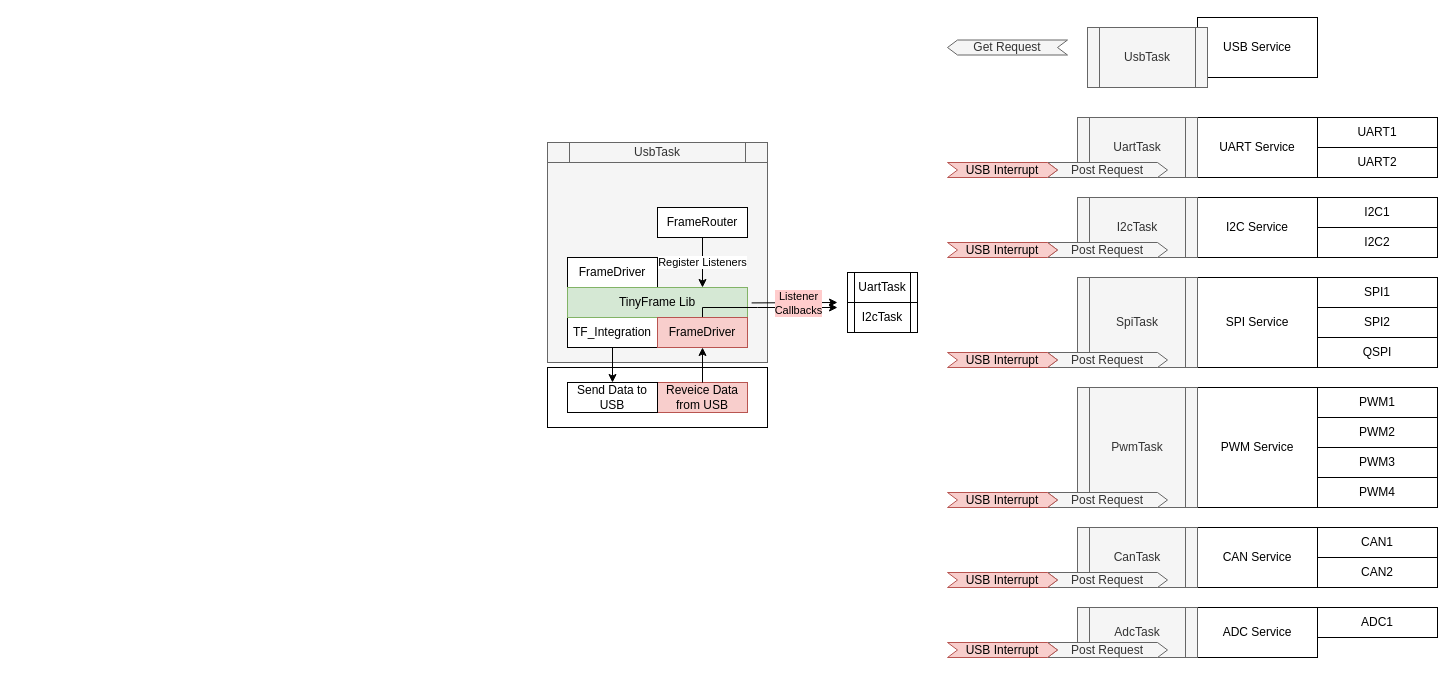
Above: FirmwareArchitecturedrawio.drawio in AlmCoding/stm32usb (draw.io), before the change. Source tidied: cells renumbered, new cells numbered last; positions are measured from the earlier drawing's top-left corner, leaving out a move shared by most shapes. Both pictures are drawn from the tidied source at 100%, with x=0, y=0 at pixel (547, 17).
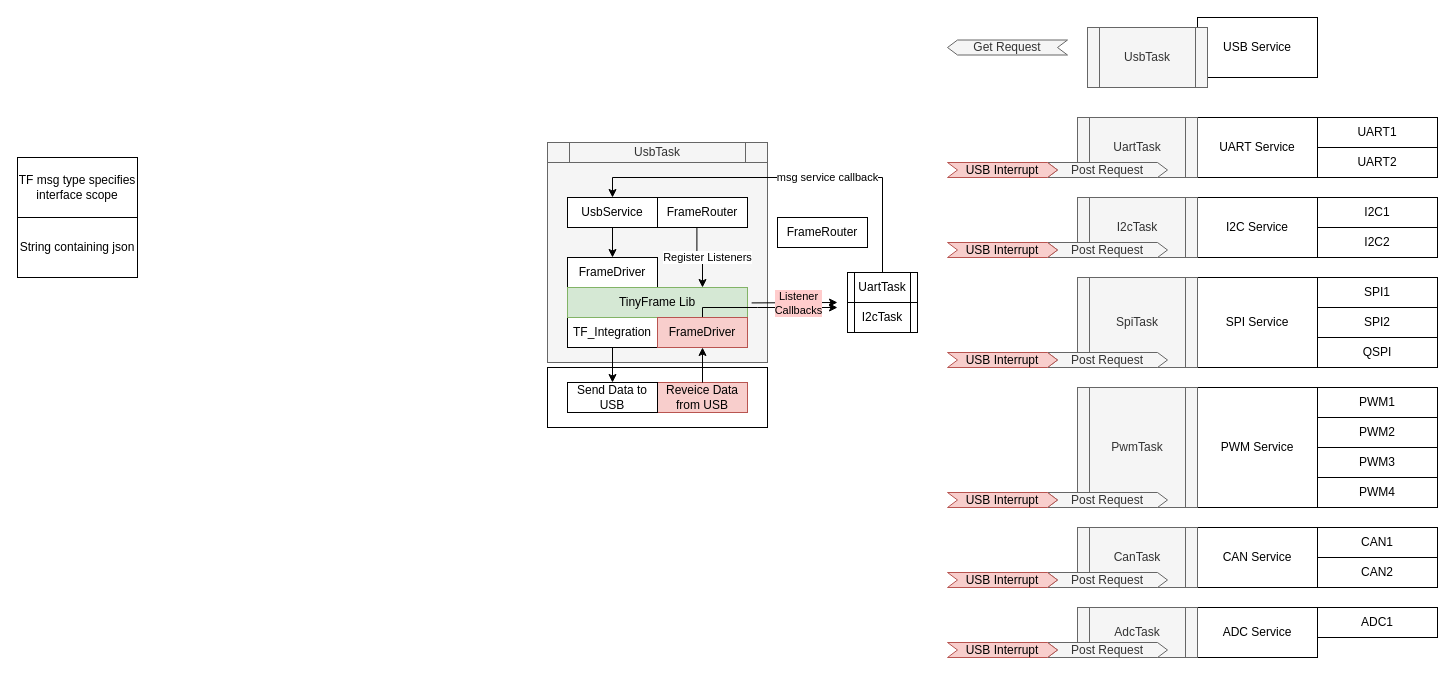
Above is the later version.

The change refers to these unchanged cells:
```xml
<mxCell id="45" value="FrameDriver" style="rounded=0;whiteSpace=wrap;html=1;" parent="1" vertex="1">
  <mxGeometry x="20" y="240" width="90" height="30" as="geometry" />
</mxCell>
<mxCell id="49" value="TinyFrame Lib" style="rounded=0;whiteSpace=wrap;html=1;fillColor=#d5e8d4;strokeColor=#82b366;" parent="1" vertex="1">
  <mxGeometry x="20" y="270" width="180" height="30" as="geometry" />
</mxCell>
<mxCell id="57" value="UartTask" style="shape=process;whiteSpace=wrap;html=1;backgroundOutline=1;" parent="1" vertex="1">
  <mxGeometry x="300" y="255" width="70" height="30" as="geometry" />
</mxCell>
```

The edit, as a diff of the source:
```diff
@@
-    <mxCell id="48" value="Register Listeners" style="edgeStyle=orthogonalEdgeStyle;rounded=0;jettySize=auto;html=1;exitX=0.5;exitY=1;exitDx=0;exitDy=0;entryX=0.75;entryY=0;entryDx=0;entryDy=0;" parent="1" edge="1" source="54" target="49">
-      <mxGeometry relative="1" as="geometry" />
+    <mxCell id="48" value="Register Listeners" style="edgeStyle=orthogonalEdgeStyle;rounded=0;jettySize=auto;html=1;exitX=0.438;exitY=0.983;exitDx=0;exitDy=0;entryX=0.75;entryY=0;entryDx=0;entryDy=0;exitPerimeter=0;" parent="1" edge="1" source="64" target="49">
+      <mxGeometry x="0.09" y="5" relative="1" as="geometry" />
     </mxCell>
@@
     <mxCell id="54" value="FrameRouter" style="rounded=0;whiteSpace=wrap;html=1;" parent="1" vertex="1">
-      <mxGeometry x="110" y="190" width="90" height="30" as="geometry" />
+      <mxGeometry x="230" y="200" width="90" height="30" as="geometry" />
     </mxCell>
@@
+    <mxCell id="61" value="msg service callback" style="edgeStyle=orthogonalEdgeStyle;rounded=0;jettySize=auto;html=1;exitX=0.5;exitY=0;exitDx=0;exitDy=0;entryX=0.5;entryY=0;entryDx=0;entryDy=0;" parent="1" edge="1" source="57" target="63">
+      <mxGeometry x="-0.22" relative="1" as="geometry" />
+    </mxCell>
@@
+    <mxCell id="62" style="edgeStyle=orthogonalEdgeStyle;rounded=0;jettySize=auto;html=1;" parent="1" edge="1" source="63" target="45">
+      <mxGeometry relative="1" as="geometry" />
+    </mxCell>
+    <mxCell id="63" value="UsbService" style="rounded=0;whiteSpace=wrap;html=1;" parent="1" vertex="1">
+      <mxGeometry x="20" y="180" width="90" height="30" as="geometry" />
+    </mxCell>
+    <mxCell id="64" value="FrameRouter" style="rounded=0;whiteSpace=wrap;html=1;" parent="1" vertex="1">
+      <mxGeometry x="110" y="180" width="90" height="30" as="geometry" />
+    </mxCell>
+    <mxCell id="65" value="String containing json" style="rounded=0;whiteSpace=wrap;html=1;" parent="1" vertex="1">
+      <mxGeometry x="-530" y="200" width="120" height="60" as="geometry" />
+    </mxCell>
+    <mxCell id="66" value="TF msg type specifies interface scope" style="rounded=0;whiteSpace=wrap;html=1;" parent="1" vertex="1">
+      <mxGeometry x="-530" y="140" width="120" height="60" as="geometry" />
+    </mxCell>
```
